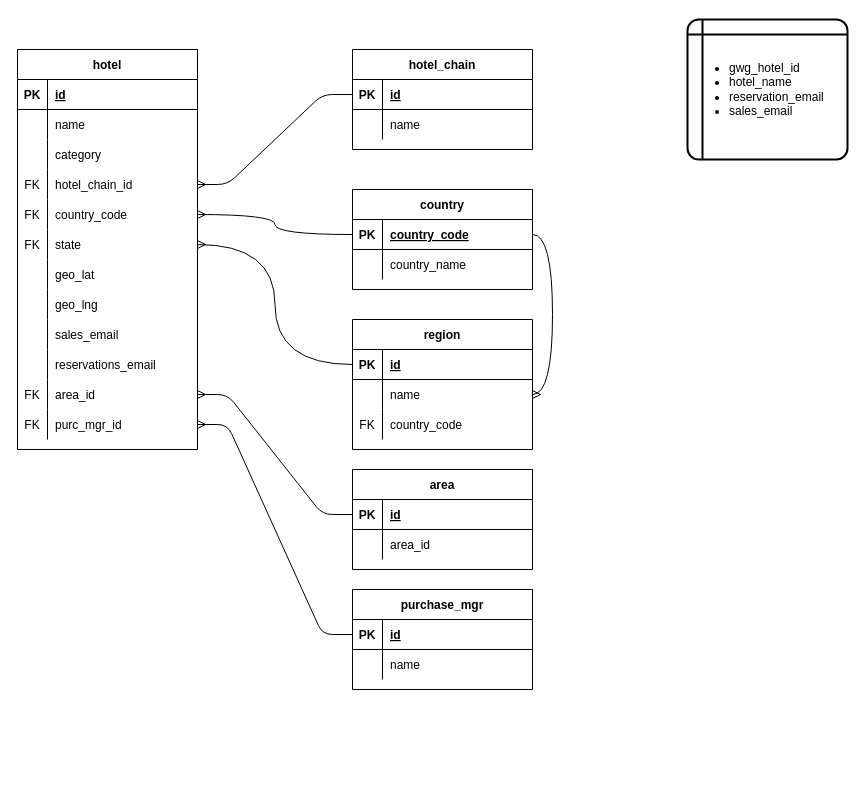
Above: hotels_master_list.drawio in justivan/drawio-diagrams (draw.io), before the change. Source tidied: cells renumbered, new cells numbered last; positions are measured from the earlier drawing's top-left corner, leaving out a move shared by most shapes. Both pictures are drawn from the tidied source at 100%, with x=0, y=0 at pixel (17, 19).
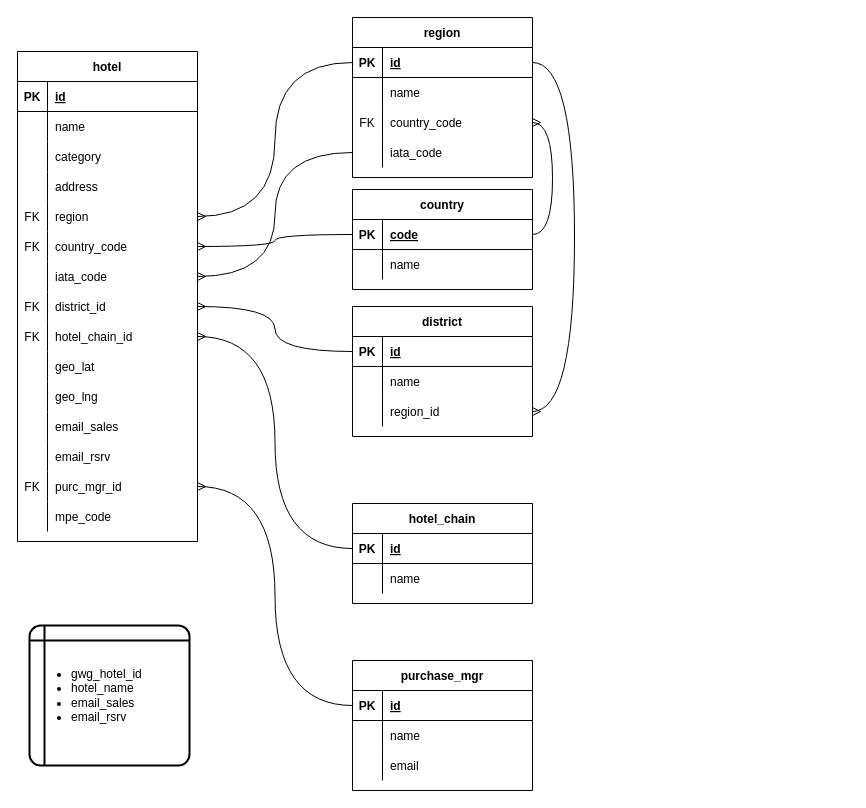
After the change.

Unchanged cells that the change refers to:
```xml
<mxCell id="41" style="shape=tableRow;horizontal=0;startSize=0;swimlaneHead=0;swimlaneBody=0;fillColor=none;points=[[0,0.5],[1,0.5]];portConstraint=eastwest;top=0;left=0;right=0;bottom=1;" parent="40" vertex="1">
  <mxGeometry y="30" width="180" height="30" as="geometry" />
</mxCell>
<mxCell id="44" style="shape=tableRow;horizontal=0;startSize=0;swimlaneHead=0;swimlaneBody=0;fillColor=none;top=0;left=0;right=0;bottom=0;" parent="40" vertex="1">
  <mxGeometry y="60" width="180" height="30" as="geometry" />
</mxCell>
<mxCell id="49" style="shape=tableRow;horizontal=0;startSize=0;swimlaneHead=0;swimlaneBody=0;fillColor=none;points=[[0,0.5],[1,0.5]];portConstraint=eastwest;top=0;left=0;right=0;bottom=1;" parent="48" vertex="1">
  <mxGeometry y="30" width="180" height="30" as="geometry" />
</mxCell>
<mxCell id="57" style="shape=tableRow;horizontal=0;startSize=0;swimlaneHead=0;swimlaneBody=0;fillColor=none;points=[[0,0.5],[1,0.5]];portConstraint=eastwest;top=0;left=0;right=0;bottom=1;" parent="56" vertex="1">
  <mxGeometry y="30" width="180" height="30" as="geometry" />
</mxCell>
<mxCell id="65" style="shape=tableRow;horizontal=0;startSize=0;swimlaneHead=0;swimlaneBody=0;fillColor=none;points=[[0,0.5],[1,0.5]];portConstraint=eastwest;top=0;left=0;right=0;bottom=1;" parent="64" vertex="1">
  <mxGeometry y="30" width="180" height="30" as="geometry" />
</mxCell>
<mxCell id="68" style="shape=tableRow;horizontal=0;startSize=0;swimlaneHead=0;swimlaneBody=0;fillColor=none;top=0;left=0;right=0;bottom=0;" parent="64" vertex="1">
  <mxGeometry y="60" width="180" height="30" as="geometry" />
</mxCell>
<mxCell id="73" style="shape=tableRow;horizontal=0;startSize=0;swimlaneHead=0;swimlaneBody=0;fillColor=none;points=[[0,0.5],[1,0.5]];portConstraint=eastwest;top=0;left=0;right=0;bottom=1;" parent="72" vertex="1">
  <mxGeometry y="30" width="180" height="30" as="geometry" />
</mxCell>
<mxCell id="76" style="shape=tableRow;horizontal=0;startSize=0;swimlaneHead=0;swimlaneBody=0;fillColor=none;points=[[0,0.5],[1,0.5]];portConstraint=eastwest;top=0;left=0;right=0;bottom=0;" parent="72" vertex="1">
  <mxGeometry y="60" width="180" height="30" as="geometry" />
</mxCell>
<mxCell id="79" style="shape=tableRow;horizontal=0;startSize=0;swimlaneHead=0;swimlaneBody=0;fillColor=none;points=[[0,0.5],[1,0.5]];portConstraint=eastwest;top=0;left=0;right=0;bottom=0;" parent="72" vertex="1">
  <mxGeometry y="90" width="180" height="30" as="geometry" />
</mxCell>
```

What changed in the source:
```diff
@@
     <mxCell id="2" value="hotel" style="shape=table;startSize=30;childLayout=tableLayout;rowLines=0;fontStyle=1;align=center;" parent="1" vertex="1">
-      <mxGeometry y="30" width="180" height="400" as="geometry" />
+      <mxGeometry y="32" width="180" height="490" as="geometry" />
     </mxCell>
@@
+    <mxCell id="84" style="shape=tableRow;horizontal=0;startSize=0;swimlaneHead=0;swimlaneBody=0;fillColor=none;top=0;left=0;right=0;bottom=0;" parent="2" vertex="1">
+      <mxGeometry y="120" width="180" height="30" as="geometry" />
+    </mxCell>
+    <mxCell id="85" style="shape=partialRectangle;fillColor=none;top=0;left=0;bottom=0;right=0;overflow=hidden;" parent="84" vertex="1">
+      <mxGeometry width="30" height="30" as="geometry" />
+    </mxCell>
+    <mxCell id="86" value="address" style="shape=partialRectangle;fillColor=none;top=0;left=0;bottom=0;right=0;align=left;spacingLeft=6;overflow=hidden;" parent="84" vertex="1">
+      <mxGeometry x="30" width="150" height="30" as="geometry" />
+    </mxCell>
+    <mxCell id="18" style="shape=tableRow;horizontal=0;startSize=0;swimlaneHead=0;swimlaneBody=0;fillColor=none;points=[[0,0.5],[1,0.5]];portConstraint=eastwest;top=0;left=0;right=0;bottom=0;" parent="2" vertex="1">
+      <mxGeometry y="150" width="180" height="30" as="geometry" />
+    </mxCell>
+    <mxCell id="19" value="FK" style="shape=partialRectangle;fillColor=none;top=0;left=0;bottom=0;right=0;overflow=hidden;" parent="18" vertex="1">
+      <mxGeometry width="30" height="30" as="geometry" />
+    </mxCell>
+    <mxCell id="20" value="region" style="shape=partialRectangle;fillColor=none;top=0;left=0;bottom=0;right=0;align=left;spacingLeft=6;overflow=hidden;" parent="18" vertex="1">
+      <mxGeometry x="30" width="150" height="30" as="geometry" />
+    </mxCell>
+    <mxCell id="15" style="shape=tableRow;horizontal=0;startSize=0;swimlaneHead=0;swimlaneBody=0;fillColor=none;points=[[0,0.5],[1,0.5]];portConstraint=eastwest;top=0;left=0;right=0;bottom=0;" parent="2" vertex="1">
+      <mxGeometry y="180" width="180" height="30" as="geometry" />
+    </mxCell>
+    <mxCell id="16" value="FK" style="shape=partialRectangle;fillColor=none;top=0;left=0;bottom=0;right=0;overflow=hidden;" parent="15" vertex="1">
+      <mxGeometry width="30" height="30" as="geometry" />
+    </mxCell>
+    <mxCell id="17" value="country_code" style="shape=partialRectangle;fillColor=none;top=0;left=0;bottom=0;right=0;align=left;spacingLeft=6;overflow=hidden;" parent="15" vertex="1">
+      <mxGeometry x="30" width="150" height="30" as="geometry" />
+    </mxCell>
+    <mxCell id="87" style="shape=tableRow;horizontal=0;startSize=0;swimlaneHead=0;swimlaneBody=0;fillColor=none;points=[[0,0.5],[1,0.5]];portConstraint=eastwest;top=0;left=0;right=0;bottom=0;" parent="2" vertex="1">
+      <mxGeometry y="210" width="180" height="30" as="geometry" />
+    </mxCell>
+    <mxCell id="88" style="shape=partialRectangle;fillColor=none;top=0;left=0;bottom=0;right=0;overflow=hidden;" parent="87" vertex="1">
+      <mxGeometry width="30" height="30" as="geometry" />
+    </mxCell>
+    <mxCell id="89" value="iata_code" style="shape=partialRectangle;fillColor=none;top=0;left=0;bottom=0;right=0;align=left;spacingLeft=6;overflow=hidden;" parent="87" vertex="1">
+      <mxGeometry x="30" width="150" height="30" as="geometry" />
+    </mxCell>
+    <mxCell id="33" style="shape=tableRow;horizontal=0;startSize=0;swimlaneHead=0;swimlaneBody=0;fillColor=none;points=[[0,0.5],[1,0.5]];portConstraint=eastwest;top=0;left=0;right=0;bottom=0;" parent="2" vertex="1">
+      <mxGeometry y="240" width="180" height="30" as="geometry" />
+    </mxCell>
+    <mxCell id="34" value="FK" style="shape=partialRectangle;fillColor=none;top=0;left=0;bottom=0;right=0;overflow=hidden;" parent="33" vertex="1">
+      <mxGeometry width="30" height="30" as="geometry" />
+    </mxCell>
+    <mxCell id="35" value="district_id" style="shape=partialRectangle;fillColor=none;top=0;left=0;bottom=0;right=0;align=left;spacingLeft=6;overflow=hidden;" parent="33" vertex="1">
+      <mxGeometry x="30" width="150" height="30" as="geometry" />
+    </mxCell>
     <mxCell id="12" style="shape=tableRow;horizontal=0;startSize=0;swimlaneHead=0;swimlaneBody=0;fillColor=none;points=[[0,0.5],[1,0.5]];portConstraint=eastwest;top=0;left=0;right=0;bottom=0;" parent="2" vertex="1">
-      <mxGeometry y="120" width="180" height="30" as="geometry" />
+      <mxGeometry y="270" width="180" height="30" as="geometry" />
     </mxCell>
@@
-    <mxCell id="15" style="shape=tableRow;horizontal=0;startSize=0;swimlaneHead=0;swimlaneBody=0;fillColor=none;points=[[0,0.5],[1,0.5]];portConstraint=eastwest;top=0;left=0;right=0;bottom=0;" parent="2" vertex="1">
-      <mxGeometry y="150" width="180" height="30" as="geometry" />
-    </mxCell>
-    <mxCell id="16" value="FK" style="shape=partialRectangle;fillColor=none;top=0;left=0;bottom=0;right=0;overflow=hidden;" parent="15" vertex="1">
-      <mxGeometry width="30" height="30" as="geometry" />
-    </mxCell>
-    <mxCell id="17" value="country_code" style="shape=partialRectangle;fillColor=none;top=0;left=0;bottom=0;right=0;align=left;spacingLeft=6;overflow=hidden;" parent="15" vertex="1">
-      <mxGeometry x="30" width="150" height="30" as="geometry" />
-    </mxCell>
-    <mxCell id="18" style="shape=tableRow;horizontal=0;startSize=0;swimlaneHead=0;swimlaneBody=0;fillColor=none;points=[[0,0.5],[1,0.5]];portConstraint=eastwest;top=0;left=0;right=0;bottom=0;" parent="2" vertex="1">
-      <mxGeometry y="180" width="180" height="30" as="geometry" />
-    </mxCell>
-    <mxCell id="19" value="FK" style="shape=partialRectangle;fillColor=none;top=0;left=0;bottom=0;right=0;overflow=hidden;" parent="18" vertex="1">
-      <mxGeometry width="30" height="30" as="geometry" />
-    </mxCell>
-    <mxCell id="20" value="state" style="shape=partialRectangle;fillColor=none;top=0;left=0;bottom=0;right=0;align=left;spacingLeft=6;overflow=hidden;" parent="18" vertex="1">
-      <mxGeometry x="30" width="150" height="30" as="geometry" />
-    </mxCell>
     <mxCell id="21" style="shape=tableRow;horizontal=0;startSize=0;swimlaneHead=0;swimlaneBody=0;fillColor=none;top=0;left=0;right=0;bottom=0;" parent="2" vertex="1">
-      <mxGeometry y="210" width="180" height="30" as="geometry" />
+      <mxGeometry y="300" width="180" height="30" as="geometry" />
     </mxCell>
@@
     <mxCell id="24" style="shape=tableRow;horizontal=0;startSize=0;swimlaneHead=0;swimlaneBody=0;fillColor=none;top=0;left=0;right=0;bottom=0;" parent="2" vertex="1">
-      <mxGeometry y="240" width="180" height="30" as="geometry" />
+      <mxGeometry y="330" width="180" height="30" as="geometry" />
     </mxCell>
@@
     <mxCell id="27" style="shape=tableRow;horizontal=0;startSize=0;swimlaneHead=0;swimlaneBody=0;fillColor=none;top=0;left=0;right=0;bottom=0;" parent="2" vertex="1">
-      <mxGeometry y="270" width="180" height="30" as="geometry" />
+      <mxGeometry y="360" width="180" height="30" as="geometry" />
     </mxCell>
@@
-    <mxCell id="29" value="sales_email" style="shape=partialRectangle;fillColor=none;top=0;left=0;bottom=0;right=0;align=left;spacingLeft=6;overflow=hidden;" parent="27" vertex="1">
+    <mxCell id="29" value="email_sales" style="shape=partialRectangle;fillColor=none;top=0;left=0;bottom=0;right=0;align=left;spacingLeft=6;overflow=hidden;" parent="27" vertex="1">
       <mxGeometry x="30" width="150" height="30" as="geometry" />
     </mxCell>
     <mxCell id="30" style="shape=tableRow;horizontal=0;startSize=0;swimlaneHead=0;swimlaneBody=0;fillColor=none;top=0;left=0;right=0;bottom=0;" parent="2" vertex="1">
-      <mxGeometry y="300" width="180" height="30" as="geometry" />
+      <mxGeometry y="390" width="180" height="30" as="geometry" />
     </mxCell>
@@
-    <mxCell id="32" value="reservations_email" style="shape=partialRectangle;fillColor=none;top=0;left=0;bottom=0;right=0;align=left;spacingLeft=6;overflow=hidden;" parent="30" vertex="1">
+    <mxCell id="32" value="email_rsrv" style="shape=partialRectangle;fillColor=none;top=0;left=0;bottom=0;right=0;align=left;spacingLeft=6;overflow=hidden;" parent="30" vertex="1">
       <mxGeometry x="30" width="150" height="30" as="geometry" />
     </mxCell>
-    <mxCell id="33" style="shape=tableRow;horizontal=0;startSize=0;swimlaneHead=0;swimlaneBody=0;fillColor=none;points=[[0,0.5],[1,0.5]];portConstraint=eastwest;top=0;left=0;right=0;bottom=0;" parent="2" vertex="1">
-      <mxGeometry y="330" width="180" height="30" as="geometry" />
-    </mxCell>
-    <mxCell id="34" value="FK" style="shape=partialRectangle;fillColor=none;top=0;left=0;bottom=0;right=0;overflow=hidden;" parent="33" vertex="1">
-      <mxGeometry width="30" height="30" as="geometry" />
-    </mxCell>
-    <mxCell id="35" value="area_id" style="shape=partialRectangle;fillColor=none;top=0;left=0;bottom=0;right=0;align=left;spacingLeft=6;overflow=hidden;" parent="33" vertex="1">
-      <mxGeometry x="30" width="150" height="30" as="geometry" />
-    </mxCell>
     <mxCell id="36" style="shape=tableRow;horizontal=0;startSize=0;swimlaneHead=0;swimlaneBody=0;fillColor=none;points=[[0,0.5],[1,0.5]];portConstraint=eastwest;top=0;left=0;right=0;bottom=0;" parent="2" vertex="1">
-      <mxGeometry y="360" width="180" height="30" as="geometry" />
+      <mxGeometry y="420" width="180" height="30" as="geometry" />
     </mxCell>
@@
+    <mxCell id="90" style="shape=tableRow;horizontal=0;startSize=0;swimlaneHead=0;swimlaneBody=0;fillColor=none;top=0;left=0;right=0;bottom=0;" parent="2" vertex="1">
+      <mxGeometry y="450" width="180" height="30" as="geometry" />
+    </mxCell>
+    <mxCell id="91" style="shape=partialRectangle;fillColor=none;top=0;left=0;bottom=0;right=0;overflow=hidden;" parent="90" vertex="1">
+      <mxGeometry width="30" height="30" as="geometry" />
+    </mxCell>
+    <mxCell id="92" value="mpe_code" style="shape=partialRectangle;fillColor=none;top=0;left=0;bottom=0;right=0;align=left;spacingLeft=6;overflow=hidden;" parent="90" vertex="1">
+      <mxGeometry x="30" width="150" height="30" as="geometry" />
+    </mxCell>
-    <mxCell id="39" value="&lt;ul&gt;&lt;li&gt;gwg_hotel_id&lt;/li&gt;&lt;li&gt;hotel_name&lt;/li&gt;&lt;li&gt;reservation_email&lt;/li&gt;&lt;li&gt;sales_email&lt;/li&gt;&lt;/ul&gt;" style="shape=internalStorage;whiteSpace=wrap;html=1;dx=15;dy=15;rounded=1;arcSize=8;strokeWidth=2;align=left;" parent="1" vertex="1">
-      <mxGeometry x="670" width="160" height="140" as="geometry" />
+    <mxCell id="39" value="&lt;ul&gt;&lt;li&gt;gwg_hotel_id&lt;/li&gt;&lt;li&gt;hotel_name&lt;/li&gt;&lt;li&gt;email_sales&lt;/li&gt;&lt;li&gt;email_rsrv&lt;/li&gt;&lt;/ul&gt;" style="shape=internalStorage;whiteSpace=wrap;html=1;dx=15;dy=15;rounded=1;arcSize=8;strokeWidth=2;align=left;" parent="1" vertex="1">
+      <mxGeometry x="12" y="606" width="160" height="140" as="geometry" />
     </mxCell>
@@
-    <mxCell id="43" value="country_code" style="shape=partialRectangle;fillColor=none;top=0;left=0;bottom=0;right=0;align=left;spacingLeft=6;fontStyle=5;overflow=hidden;" parent="41" vertex="1">
+    <mxCell id="43" value="code" style="shape=partialRectangle;fillColor=none;top=0;left=0;bottom=0;right=0;align=left;spacingLeft=6;fontStyle=5;overflow=hidden;" parent="41" vertex="1">
       <mxGeometry x="30" width="150" height="30" as="geometry" />
     </mxCell>
@@
-    <mxCell id="46" value="country_name" style="shape=partialRectangle;fillColor=none;top=0;left=0;bottom=0;right=0;align=left;spacingLeft=6;overflow=hidden;" parent="44" vertex="1">
+    <mxCell id="46" value="name" style="shape=partialRectangle;fillColor=none;top=0;left=0;bottom=0;right=0;align=left;spacingLeft=6;overflow=hidden;" parent="44" vertex="1">
       <mxGeometry x="30" width="150" height="30" as="geometry" />
     </mxCell>
@@
     <mxCell id="48" value="purchase_mgr" style="shape=table;startSize=30;childLayout=tableLayout;rowLines=0;fontStyle=1;align=center;" parent="1" vertex="1">
-      <mxGeometry x="335" y="570" width="180" height="100" as="geometry" />
+      <mxGeometry x="335" y="641" width="180" height="130" as="geometry" />
     </mxCell>
@@
+    <mxCell id="93" style="shape=tableRow;horizontal=0;startSize=0;swimlaneHead=0;swimlaneBody=0;fillColor=none;top=0;left=0;right=0;bottom=0;" parent="48" vertex="1">
+      <mxGeometry y="90" width="180" height="30" as="geometry" />
+    </mxCell>
+    <mxCell id="94" style="shape=partialRectangle;fillColor=none;top=0;left=0;bottom=0;right=0;overflow=hidden;" parent="93" vertex="1">
+      <mxGeometry width="30" height="30" as="geometry" />
+    </mxCell>
+    <mxCell id="95" value="email" style="shape=partialRectangle;fillColor=none;top=0;left=0;bottom=0;right=0;align=left;spacingLeft=6;overflow=hidden;" parent="93" vertex="1">
+      <mxGeometry x="30" width="150" height="30" as="geometry" />
+    </mxCell>
-    <mxCell id="55" style="edgeStyle=entityRelationEdgeStyle;html=1;exitX=0;exitY=0.5;exitDx=0;exitDy=0;entryX=1;entryY=0.5;entryDx=0;entryDy=0;endArrow=ERmany;endFill=0;" parent="1" edge="1" source="49" target="36">
+    <mxCell id="55" style="edgeStyle=orthogonalEdgeStyle;html=1;exitX=0;exitY=0.5;exitDx=0;exitDy=0;entryX=1;entryY=0.5;entryDx=0;entryDy=0;endArrow=ERmany;endFill=0;curved=1;" parent="1" edge="1" source="49" target="36">
       <mxGeometry relative="1" as="geometry" />
     </mxCell>
     <mxCell id="56" value="hotel_chain" style="shape=table;startSize=30;childLayout=tableLayout;rowLines=0;fontStyle=1;align=center;" parent="1" vertex="1">
-      <mxGeometry x="335" y="30" width="180" height="100" as="geometry" />
+      <mxGeometry x="335" y="484" width="180" height="100" as="geometry" />
     </mxCell>
@@
-    <mxCell id="63" style="edgeStyle=entityRelationEdgeStyle;html=1;entryX=1;entryY=0.5;entryDx=0;entryDy=0;endArrow=ERmany;endFill=0;" parent="1" edge="1" source="57" target="12">
+    <mxCell id="63" style="edgeStyle=orthogonalEdgeStyle;html=1;entryX=1;entryY=0.5;entryDx=0;entryDy=0;endArrow=ERmany;endFill=0;curved=1;" parent="1" edge="1" source="57" target="12">
       <mxGeometry relative="1" as="geometry" />
     </mxCell>
-    <mxCell id="64" value="area" style="shape=table;startSize=30;childLayout=tableLayout;rowLines=0;fontStyle=1;align=center;" parent="1" vertex="1">
-      <mxGeometry x="335" y="450" width="180" height="100" as="geometry" />
+    <mxCell id="64" value="district" style="shape=table;startSize=30;childLayout=tableLayout;rowLines=0;fontStyle=1;align=center;" parent="1" vertex="1">
+      <mxGeometry x="335" y="287" width="180" height="130" as="geometry" />
     </mxCell>
@@
-    <mxCell id="70" value="area_id" style="shape=partialRectangle;fillColor=none;top=0;left=0;bottom=0;right=0;align=left;spacingLeft=6;overflow=hidden;" parent="68" vertex="1">
+    <mxCell id="70" value="name" style="shape=partialRectangle;fillColor=none;top=0;left=0;bottom=0;right=0;align=left;spacingLeft=6;overflow=hidden;" parent="68" vertex="1">
       <mxGeometry x="30" width="150" height="30" as="geometry" />
     </mxCell>
+    <mxCell id="96" style="shape=tableRow;horizontal=0;startSize=0;swimlaneHead=0;swimlaneBody=0;fillColor=none;points=[[0,0.5],[1,0.5]];portConstraint=eastwest;top=0;left=0;right=0;bottom=0;" parent="64" vertex="1">
+      <mxGeometry y="90" width="180" height="30" as="geometry" />
+    </mxCell>
+    <mxCell id="97" style="shape=partialRectangle;fillColor=none;top=0;left=0;bottom=0;right=0;overflow=hidden;" parent="96" vertex="1">
+      <mxGeometry width="30" height="30" as="geometry" />
+    </mxCell>
+    <mxCell id="98" value="region_id" style="shape=partialRectangle;fillColor=none;top=0;left=0;bottom=0;right=0;align=left;spacingLeft=6;overflow=hidden;" parent="96" vertex="1">
+      <mxGeometry x="30" width="150" height="30" as="geometry" />
+    </mxCell>
-    <mxCell id="71" style="edgeStyle=entityRelationEdgeStyle;html=1;endArrow=ERmany;endFill=0;" parent="1" edge="1" source="65" target="33">
+    <mxCell id="71" style="edgeStyle=orthogonalEdgeStyle;html=1;endArrow=ERmany;endFill=0;curved=1;" parent="1" edge="1" source="65" target="33">
       <mxGeometry relative="1" as="geometry" />
     </mxCell>
     <mxCell id="72" value="region" style="shape=table;startSize=30;childLayout=tableLayout;rowLines=0;fontStyle=1;align=center;" parent="1" vertex="1">
-      <mxGeometry x="335" y="300" width="180" height="130" as="geometry" />
+      <mxGeometry x="335" y="-2" width="180" height="160" as="geometry" />
     </mxCell>
@@
+    <mxCell id="99" style="shape=tableRow;horizontal=0;startSize=0;swimlaneHead=0;swimlaneBody=0;fillColor=none;points=[[0,0.5],[1,0.5]];portConstraint=eastwest;top=0;left=0;right=0;bottom=0;" parent="72" vertex="1">
+      <mxGeometry y="120" width="180" height="30" as="geometry" />
+    </mxCell>
+    <mxCell id="100" style="shape=partialRectangle;fillColor=none;top=0;left=0;bottom=0;right=0;overflow=hidden;" parent="99" vertex="1">
+      <mxGeometry width="30" height="30" as="geometry" />
+    </mxCell>
+    <mxCell id="101" value="iata_code" style="shape=partialRectangle;fillColor=none;top=0;left=0;bottom=0;right=0;align=left;spacingLeft=6;overflow=hidden;" parent="99" vertex="1">
+      <mxGeometry x="30" width="150" height="30" as="geometry" />
+    </mxCell>
-    <mxCell id="82" style="edgeStyle=orthogonalEdgeStyle;curved=1;rounded=0;jettySize=auto;html=1;exitX=1;exitY=0.5;exitDx=0;exitDy=0;endArrow=ERmany;endFill=0;elbow=vertical;" parent="1" edge="1" source="41" target="76">
+    <mxCell id="82" style="edgeStyle=orthogonalEdgeStyle;curved=1;rounded=0;jettySize=auto;html=1;exitX=1;exitY=0.5;exitDx=0;exitDy=0;endArrow=ERmany;endFill=0;elbow=vertical;entryX=1;entryY=0.5;entryDx=0;entryDy=0;" parent="1" edge="1" source="41" target="79">
       <mxGeometry relative="1" as="geometry" />
     </mxCell>
@@
+    <mxCell id="102" style="edgeStyle=orthogonalEdgeStyle;curved=1;rounded=0;jettySize=auto;html=1;exitX=1;exitY=0.5;exitDx=0;exitDy=0;entryX=1;entryY=0.5;entryDx=0;entryDy=0;endArrow=ERmany;endFill=0;elbow=vertical;" parent="1" edge="1" source="41">
+      <mxGeometry relative="1" as="geometry" />
+    </mxCell>
+    <mxCell id="103" style="edgeStyle=orthogonalEdgeStyle;curved=1;rounded=0;jettySize=auto;html=1;exitX=1;exitY=0.5;exitDx=0;exitDy=0;entryX=1;entryY=0.5;entryDx=0;entryDy=0;endArrow=ERmany;endFill=0;elbow=vertical;" parent="1" edge="1" source="73" target="96">
+      <mxGeometry relative="1" as="geometry">
+        <Array as="points">
+          <mxPoint x="557" y="43" />
+          <mxPoint x="557" y="392" />
+        </Array>
+      </mxGeometry>
+    </mxCell>
+    <mxCell id="104" style="edgeStyle=orthogonalEdgeStyle;curved=1;rounded=0;jettySize=auto;html=1;exitX=0;exitY=0.5;exitDx=0;exitDy=0;entryX=1;entryY=0.5;entryDx=0;entryDy=0;endArrow=ERmany;endFill=0;elbow=vertical;" parent="1" edge="1" source="99" target="87">
+      <mxGeometry relative="1" as="geometry" />
+    </mxCell>
```
